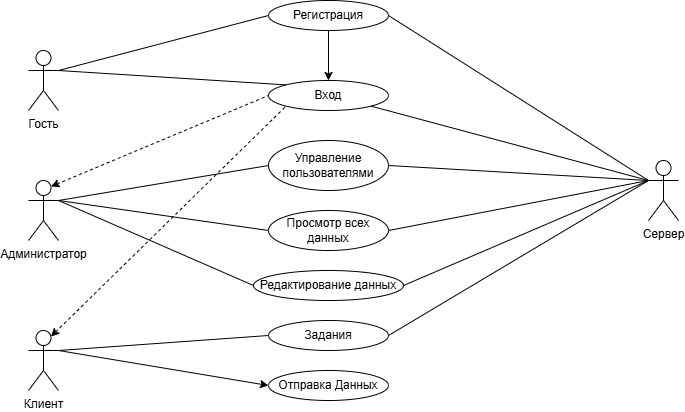
Before: UseCase.drawio.png, a diagram exported from draw.io (anasteish6a/Cipher). Source tidied: cells renumbered, new cells last; positions are measured from the earlier drawing's top-left corner, leaving out a move shared by most shapes.
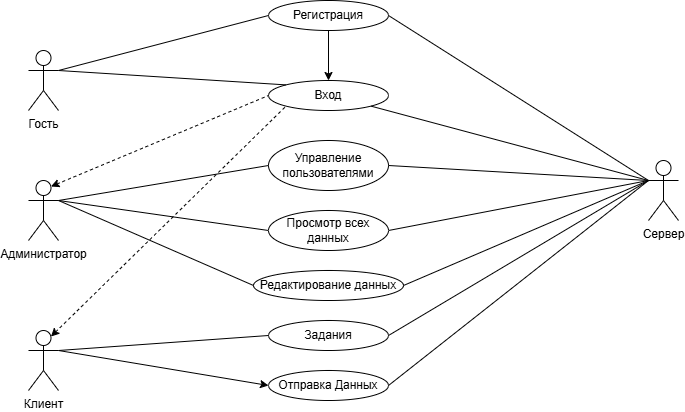
After the commit.

The edit, as a diff of the source:
```diff
@@ -97,5 +97,10 @@
     <mxCell id="28" style="endArrow=classic;html=1;rounded=0;exitX=1;exitY=0.3333333333333333;exitDx=0;exitDy=0;exitPerimeter=0;entryX=0;entryY=0.5;entryDx=0;entryDy=0;" parent="1" edge="1" source="13" target="6">
       <mxGeometry relative="1" as="geometry" />
     </mxCell>
+    <mxCell id="29" style="endArrow=none;html=1;rounded=0;exitX=1;exitY=0.5;exitDx=0;exitDy=0;" parent="1" edge="1" source="6">
+      <mxGeometry relative="1" as="geometry">
+        <mxPoint x="620" y="180" as="targetPoint" />
+      </mxGeometry>
+    </mxCell>
   </root>
 </mxGraphModel>
```
